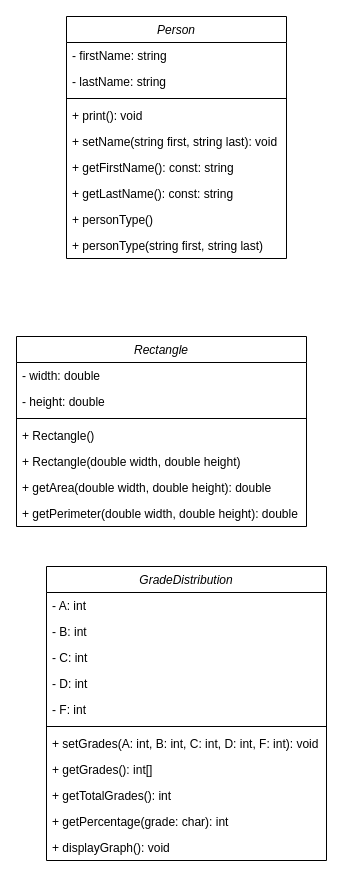
aguilarsean/CPE-2101L keeps this draw.io diagram as src/Untitled Diagram.drawio. Above is the earlier version. Source tidied: cells renumbered, new cells numbered last; positions are measured from the earlier drawing's top-left corner, leaving out a move shared by most shapes. Both pictures are drawn from the tidied source at 100%, with x=0, y=0 at pixel (16, 16).
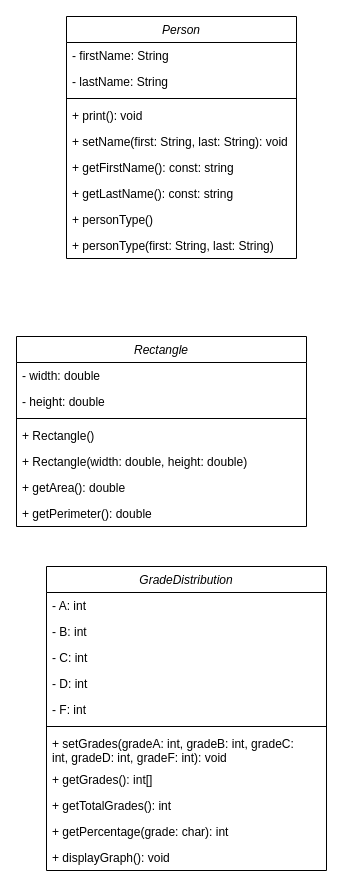
The same diagram, later.

The change refers to these unchanged cells:
```xml
<mxCell id="12" value="Rectangle" style="swimlane;fontStyle=2;align=center;verticalAlign=top;horizontal=1;startSize=26;rounded=0;shadow=0;strokeWidth=1;fillStyle=auto;" parent="1" vertex="1">
  <mxGeometry y="320" width="290" height="190" as="geometry" />
</mxCell>
```

The edit, as a diff of the source:
```diff
@@
     <mxCell id="2" value="Person" style="swimlane;fontStyle=2;align=center;verticalAlign=top;horizontal=1;startSize=26;rounded=0;shadow=0;strokeWidth=1;" parent="1" vertex="1">
-      <mxGeometry x="50" width="220" height="242" as="geometry" />
+      <mxGeometry x="50" width="230" height="242" as="geometry" />
     </mxCell>
-    <mxCell id="3" value="- firstName: string" style="text;align=left;verticalAlign=top;spacingLeft=4;spacingRight=4;overflow=hidden;" parent="2" vertex="1">
-      <mxGeometry y="26" width="220" height="26" as="geometry" />
+    <mxCell id="3" value="- firstName: String    " style="text;align=left;verticalAlign=top;spacingLeft=4;spacingRight=4;overflow=hidden;" parent="2" vertex="1">
+      <mxGeometry y="26" width="230" height="26" as="geometry" />
     </mxCell>
-    <mxCell id="4" value="- lastName: string" style="text;align=left;verticalAlign=top;spacingLeft=4;spacingRight=4;overflow=hidden;rounded=0;shadow=0;html=0;" parent="2" vertex="1">
-      <mxGeometry y="52" width="220" height="26" as="geometry" />
+    <mxCell id="4" value="- lastName: String" style="text;align=left;verticalAlign=top;spacingLeft=4;spacingRight=4;overflow=hidden;rounded=0;shadow=0;html=0;" parent="2" vertex="1">
+      <mxGeometry y="52" width="230" height="26" as="geometry" />
     </mxCell>
     <mxCell id="5" style="line;html=1;strokeWidth=1;align=left;verticalAlign=middle;spacingTop=-1;spacingLeft=3;spacingRight=3;labelPosition=right;" parent="2" vertex="1">
-      <mxGeometry y="78" width="220" height="8" as="geometry" />
+      <mxGeometry y="78" width="230" height="8" as="geometry" />
     </mxCell>
     <mxCell id="6" value="+ print(): void" style="text;align=left;verticalAlign=top;spacingLeft=4;spacingRight=4;overflow=hidden;" parent="2" vertex="1">
-      <mxGeometry y="86" width="220" height="26" as="geometry" />
+      <mxGeometry y="86" width="230" height="26" as="geometry" />
     </mxCell>
-    <mxCell id="7" value="+ setName(string first, string last): void" style="text;align=left;verticalAlign=top;spacingLeft=4;spacingRight=4;overflow=hidden;" parent="2" vertex="1">
-      <mxGeometry y="112" width="220" height="26" as="geometry" />
+    <mxCell id="7" value="+ setName(first: String, last: String): void" style="text;align=left;verticalAlign=top;spacingLeft=4;spacingRight=4;overflow=hidden;" parent="2" vertex="1">
+      <mxGeometry y="112" width="230" height="26" as="geometry" />
     </mxCell>
     <mxCell id="8" value="+ getFirstName(): const: string" style="text;align=left;verticalAlign=top;spacingLeft=4;spacingRight=4;overflow=hidden;" parent="2" vertex="1">
-      <mxGeometry y="138" width="220" height="26" as="geometry" />
+      <mxGeometry y="138" width="230" height="26" as="geometry" />
     </mxCell>
     <mxCell id="9" value="+ getLastName(): const: string" style="text;align=left;verticalAlign=top;spacingLeft=4;spacingRight=4;overflow=hidden;" parent="2" vertex="1">
-      <mxGeometry y="164" width="220" height="26" as="geometry" />
+      <mxGeometry y="164" width="230" height="26" as="geometry" />
     </mxCell>
     <mxCell id="10" value="+ personType()" style="text;align=left;verticalAlign=top;spacingLeft=4;spacingRight=4;overflow=hidden;" parent="2" vertex="1">
-      <mxGeometry y="190" width="220" height="26" as="geometry" />
+      <mxGeometry y="190" width="230" height="26" as="geometry" />
     </mxCell>
-    <mxCell id="11" value="+ personType(string first, string last)" style="text;align=left;verticalAlign=top;spacingLeft=4;spacingRight=4;overflow=hidden;" parent="2" vertex="1">
-      <mxGeometry y="216" width="220" height="26" as="geometry" />
+    <mxCell id="11" value="+ personType(first: String, last: String)" style="text;align=left;verticalAlign=top;spacingLeft=4;spacingRight=4;overflow=hidden;" parent="2" vertex="1">
+      <mxGeometry y="216" width="230" height="26" as="geometry" />
     </mxCell>
@@
-    <mxCell id="17" value="+ Rectangle(double width, double height)" style="text;align=left;verticalAlign=top;spacingLeft=4;spacingRight=4;overflow=hidden;" parent="12" vertex="1">
+    <mxCell id="17" value="+ Rectangle(width: double, height: double)" style="text;align=left;verticalAlign=top;spacingLeft=4;spacingRight=4;overflow=hidden;" parent="12" vertex="1">
       <mxGeometry y="112" width="290" height="26" as="geometry" />
     </mxCell>
-    <mxCell id="18" value="+ getArea(double width, double height): double" style="text;align=left;verticalAlign=top;spacingLeft=4;spacingRight=4;overflow=hidden;" parent="12" vertex="1">
+    <mxCell id="18" value="+ getArea(): double" style="text;align=left;verticalAlign=top;spacingLeft=4;spacingRight=4;overflow=hidden;" parent="12" vertex="1">
       <mxGeometry y="138" width="290" height="26" as="geometry" />
     </mxCell>
-    <mxCell id="19" value="+ getPerimeter(double width, double height): double" style="text;align=left;verticalAlign=top;spacingLeft=4;spacingRight=4;overflow=hidden;" parent="12" vertex="1">
+    <mxCell id="19" value="+ getPerimeter(): double" style="text;align=left;verticalAlign=top;spacingLeft=4;spacingRight=4;overflow=hidden;" parent="12" vertex="1">
       <mxGeometry y="164" width="290" height="26" as="geometry" />
     </mxCell>
     <mxCell id="20" value="GradeDistribution" style="swimlane;fontStyle=2;align=center;verticalAlign=top;horizontal=1;startSize=26;rounded=0;shadow=0;strokeWidth=1;fillStyle=auto;" parent="1" vertex="1">
-      <mxGeometry x="30" y="550" width="280" height="294" as="geometry" />
+      <mxGeometry x="30" y="550" width="280" height="304" as="geometry" />
     </mxCell>
@@
-    <mxCell id="27" value="+ setGrades(A: int, B: int, C: int, D: int, F: int): void" style="text;align=left;verticalAlign=top;spacingLeft=4;spacingRight=4;overflow=hidden;" parent="20" vertex="1">
-      <mxGeometry y="164" width="280" height="26" as="geometry" />
+    <mxCell id="27" value="+ setGrades(gradeA: int, gradeB: int, gradeC: &#10;int, gradeD: int, gradeF: int): void" style="text;align=left;verticalAlign=top;spacingLeft=4;spacingRight=4;overflow=hidden;" parent="20" vertex="1">
+      <mxGeometry y="164" width="280" height="36" as="geometry" />
     </mxCell>
     <mxCell id="28" value="+ getGrades(): int[]" style="text;align=left;verticalAlign=top;spacingLeft=4;spacingRight=4;overflow=hidden;" parent="20" vertex="1">
-      <mxGeometry y="190" width="280" height="26" as="geometry" />
+      <mxGeometry y="200" width="280" height="26" as="geometry" />
     </mxCell>
     <mxCell id="29" value="+ getTotalGrades(): int" style="text;align=left;verticalAlign=top;spacingLeft=4;spacingRight=4;overflow=hidden;" parent="20" vertex="1">
-      <mxGeometry y="216" width="280" height="26" as="geometry" />
+      <mxGeometry y="226" width="280" height="26" as="geometry" />
     </mxCell>
     <mxCell id="30" value="+ getPercentage(grade: char): int" style="text;align=left;verticalAlign=top;spacingLeft=4;spacingRight=4;overflow=hidden;" parent="20" vertex="1">
-      <mxGeometry y="242" width="280" height="26" as="geometry" />
+      <mxGeometry y="252" width="280" height="26" as="geometry" />
     </mxCell>
     <mxCell id="31" value="+ displayGraph(): void" style="text;align=left;verticalAlign=top;spacingLeft=4;spacingRight=4;overflow=hidden;" parent="20" vertex="1">
-      <mxGeometry y="268" width="280" height="26" as="geometry" />
+      <mxGeometry y="278" width="280" height="26" as="geometry" />
     </mxCell>
```
